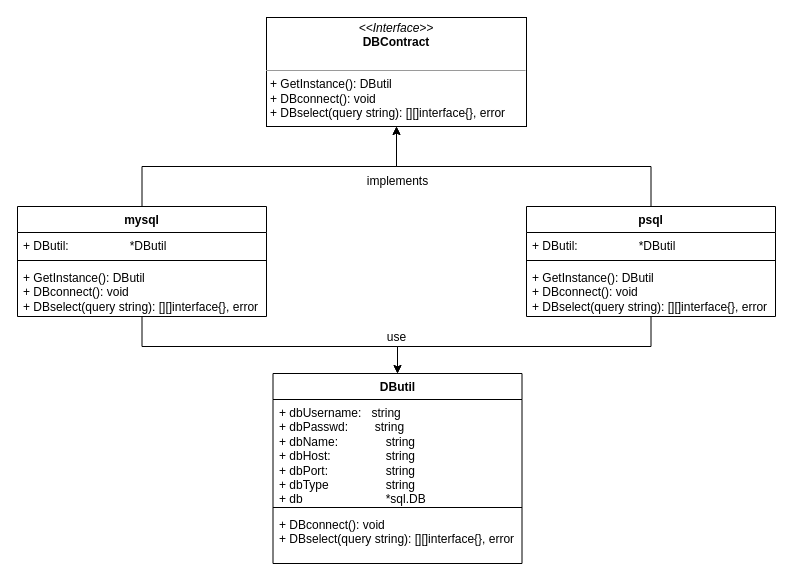
Earlier version of the draw.io diagram db-go.drawio (zukigit/design_structures). Source tidied: cells renumbered, new cells numbered last; positions are measured from the earlier drawing's top-left corner, leaving out a move shared by most shapes. Both pictures are drawn from the tidied source at 100%, with x=0, y=0 at pixel (17, 17).
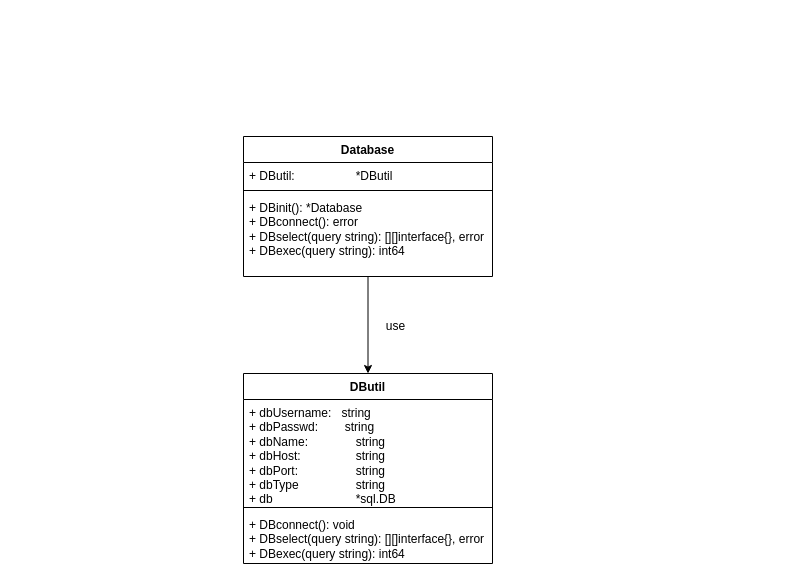
The same page after the edit.

The edit, as a diff of the source:
```diff
@@
-    <mxCell id="2" value="&lt;p style=&quot;margin:0px;margin-top:4px;text-align:center;&quot;&gt;&lt;i&gt;&amp;lt;&amp;lt;Interface&amp;gt;&amp;gt;&lt;/i&gt;&lt;br&gt;&lt;b&gt;DBContract&lt;/b&gt;&lt;/p&gt;&lt;br&gt;&lt;hr size=&quot;1&quot;&gt;&lt;p style=&quot;margin:0px;margin-left:4px;&quot;&gt;+ GetInstance(): DButil&lt;br&gt;&lt;/p&gt;&lt;p style=&quot;margin:0px;margin-left:4px;&quot;&gt;+ DBconnect(): void&lt;br&gt;+ DBselect(query string): [][]interface{}, error&lt;br&gt;&lt;/p&gt;" style="verticalAlign=top;align=left;overflow=fill;fontSize=12;fontFamily=Helvetica;html=1;whiteSpace=wrap;" parent="1" vertex="1">
-      <mxGeometry x="249" width="260" height="109" as="geometry" />
-    </mxCell>
-    <mxCell id="3" value="&lt;div&gt;implements&lt;/div&gt;&lt;div&gt;&lt;br&gt;&lt;/div&gt;" style="text;html=1;align=center;verticalAlign=middle;strokeColor=none;fillColor=none;" parent="1" vertex="1">
-      <mxGeometry x="340" y="151" width="80" height="40" as="geometry" />
-    </mxCell>
     <mxCell id="4" value="DButil" style="swimlane;fontStyle=1;align=center;verticalAlign=top;horizontal=1;startSize=26;whiteSpace=wrap;html=1;" parent="1" vertex="1">
-      <mxGeometry x="255.5" y="356" width="249" height="190" as="geometry" />
+      <mxGeometry x="226" y="356" width="249" height="190" as="geometry" />
     </mxCell>
@@
-    <mxCell id="7" value="&lt;div&gt;+ DBconnect(): void&lt;br&gt;+ DBselect(query string): [][]interface{}, error&lt;/div&gt;" style="text;strokeColor=none;fillColor=none;align=left;verticalAlign=top;spacingLeft=4;spacingRight=4;overflow=hidden;whiteSpace=wrap;html=1;" parent="4" vertex="1">
+    <mxCell id="7" value="&lt;div&gt;+ DBconnect(): void&lt;br&gt;+ DBselect(query string): [][]interface{}, error&lt;/div&gt;&lt;div&gt;+ DBexec(query string): int64&lt;/div&gt;&lt;div&gt;&lt;br&gt;&lt;/div&gt;" style="text;strokeColor=none;fillColor=none;align=left;verticalAlign=top;spacingLeft=4;spacingRight=4;overflow=hidden;whiteSpace=wrap;html=1;" parent="4" vertex="1">
       <mxGeometry y="138" width="249" height="52" as="geometry" />
     </mxCell>
     <mxCell id="8" value="&lt;div&gt;use&lt;/div&gt;" style="text;html=1;align=center;verticalAlign=middle;strokeColor=none;fillColor=none;" parent="1" vertex="1">
-      <mxGeometry x="359" y="305" width="40" height="30" as="geometry" />
+      <mxGeometry x="358" y="294" width="40" height="30" as="geometry" />
     </mxCell>
-    <mxCell id="9" style="edgeStyle=orthogonalEdgeStyle;rounded=0;jettySize=auto;html=1;entryX=0.5;entryY=1;entryDx=0;entryDy=0;" parent="1" edge="1" source="11" target="2">
-      <mxGeometry relative="1" as="geometry" />
-    </mxCell>
     <mxCell id="10" style="edgeStyle=orthogonalEdgeStyle;rounded=0;jettySize=auto;html=1;entryX=0.5;entryY=0;entryDx=0;entryDy=0;" parent="1" edge="1" source="11" target="4">
-      <mxGeometry relative="1" as="geometry">
-        <Array as="points">
-          <mxPoint x="125" y="329" />
-          <mxPoint x="380" y="329" />
-        </Array>
-      </mxGeometry>
+      <mxGeometry relative="1" as="geometry" />
     </mxCell>
-    <mxCell id="11" value="mysql" style="swimlane;fontStyle=1;align=center;verticalAlign=top;horizontal=1;startSize=26;whiteSpace=wrap;html=1;" parent="1" vertex="1">
-      <mxGeometry y="189" width="249" height="110" as="geometry" />
+    <mxCell id="11" value="Database" style="swimlane;fontStyle=1;align=center;verticalAlign=top;horizontal=1;startSize=26;whiteSpace=wrap;html=1;" parent="1" vertex="1">
+      <mxGeometry x="226" y="119" width="249" height="140" as="geometry" />
     </mxCell>
@@
-    <mxCell id="14" value="&lt;div&gt;+ GetInstance(): DButil&lt;/div&gt;&lt;div&gt;+ DBconnect(): void&lt;br&gt;+ DBselect(query string): [][]interface{}, error&lt;/div&gt;" style="text;strokeColor=none;fillColor=none;align=left;verticalAlign=top;spacingLeft=4;spacingRight=4;overflow=hidden;whiteSpace=wrap;html=1;" parent="11" vertex="1">
-      <mxGeometry y="58" width="249" height="52" as="geometry" />
+    <mxCell id="14" value="&lt;div&gt;+ DBinit(): *Database&lt;br&gt;&lt;/div&gt;&lt;div&gt;+ DBconnect(): error&lt;br&gt;+ DBselect(query string): [][]interface{}, error&lt;/div&gt;&lt;div&gt;+ DBexec(query string): int64&lt;br&gt;&lt;/div&gt;" style="text;strokeColor=none;fillColor=none;align=left;verticalAlign=top;spacingLeft=4;spacingRight=4;overflow=hidden;whiteSpace=wrap;html=1;" parent="11" vertex="1">
+      <mxGeometry y="58" width="249" height="82" as="geometry" />
     </mxCell>
-    <mxCell id="15" style="edgeStyle=orthogonalEdgeStyle;rounded=0;jettySize=auto;html=1;entryX=0.5;entryY=1;entryDx=0;entryDy=0;" parent="1" edge="1" source="17" target="2">
-      <mxGeometry relative="1" as="geometry" />
-    </mxCell>
-    <mxCell id="16" style="edgeStyle=orthogonalEdgeStyle;rounded=0;jettySize=auto;html=1;entryX=0.5;entryY=0;entryDx=0;entryDy=0;" parent="1" edge="1" source="17" target="4">
-      <mxGeometry relative="1" as="geometry">
-        <Array as="points">
-          <mxPoint x="634" y="329" />
-          <mxPoint x="380" y="329" />
-        </Array>
-      </mxGeometry>
-    </mxCell>
-    <mxCell id="17" value="&lt;div&gt;psql&lt;/div&gt;&lt;div&gt;&lt;br&gt;&lt;/div&gt;" style="swimlane;fontStyle=1;align=center;verticalAlign=top;horizontal=1;startSize=26;whiteSpace=wrap;html=1;" parent="1" vertex="1">
-      <mxGeometry x="509" y="189" width="249" height="110" as="geometry" />
-    </mxCell>
-    <mxCell id="18" value="&lt;div&gt;+ DButil: &lt;span style=&quot;white-space: pre;&quot;&gt;&#9;&lt;/span&gt;&lt;span style=&quot;white-space: pre;&quot;&gt;&#9;&lt;/span&gt;&lt;span style=&quot;white-space: pre;&quot;&gt;&#9;&lt;/span&gt;*DButil&lt;br&gt;&lt;/div&gt;&lt;div&gt;&lt;br&gt;&lt;/div&gt;" style="text;strokeColor=none;fillColor=none;align=left;verticalAlign=top;spacingLeft=4;spacingRight=4;overflow=hidden;whiteSpace=wrap;html=1;" parent="17" vertex="1">
-      <mxGeometry y="26" width="249" height="24" as="geometry" />
-    </mxCell>
-    <mxCell id="19" style="line;strokeWidth=1;fillColor=none;align=left;verticalAlign=middle;spacingTop=-1;spacingLeft=3;spacingRight=3;labelPosition=right;strokeColor=inherit;" parent="17" vertex="1">
-      <mxGeometry y="50" width="249" height="8" as="geometry" />
-    </mxCell>
-    <mxCell id="20" value="&lt;div&gt;+ GetInstance(): DButil&lt;/div&gt;&lt;div&gt;+ DBconnect(): void&lt;br&gt;+ DBselect(query string): [][]interface{}, error&lt;/div&gt;" style="text;strokeColor=none;fillColor=none;align=left;verticalAlign=top;spacingLeft=4;spacingRight=4;overflow=hidden;whiteSpace=wrap;html=1;" parent="17" vertex="1">
-      <mxGeometry y="58" width="249" height="52" as="geometry" />
-    </mxCell>
```
